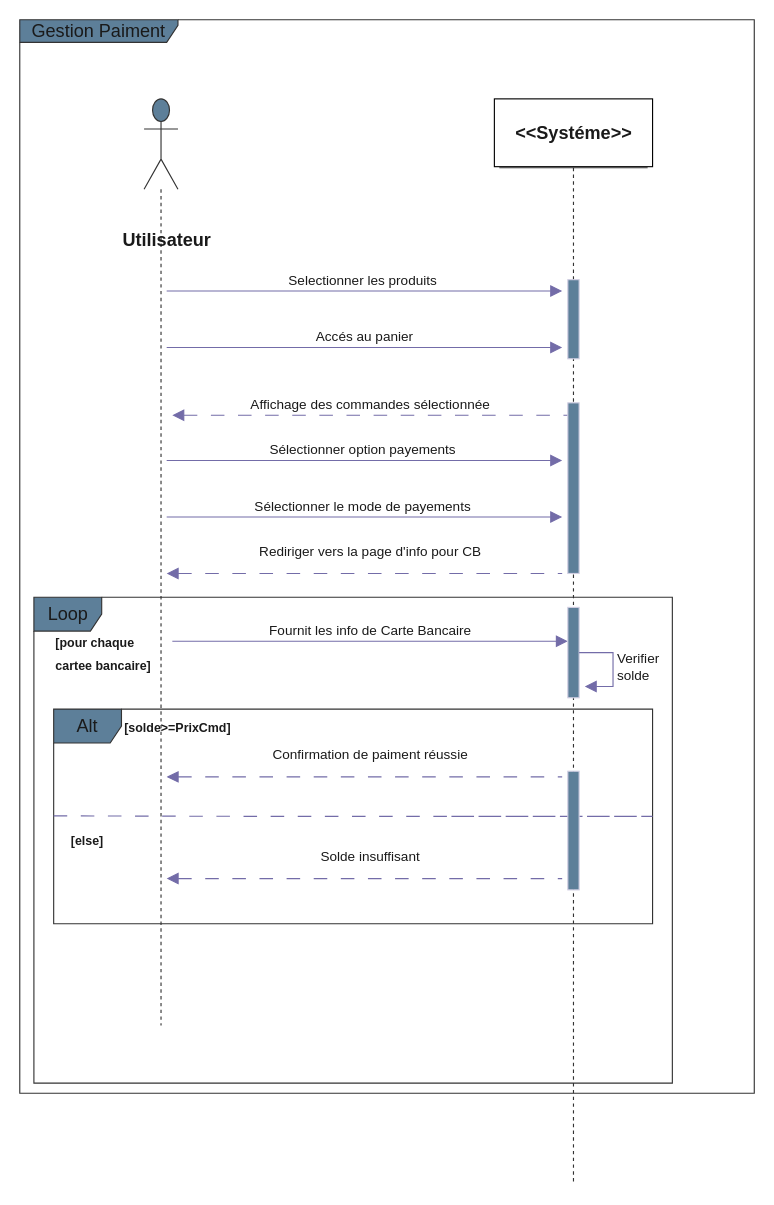
The draw.io diagram page "Page-2" (2 of 3) of Untitled Diagram.drawio in hananemazyan/DIAGRAMS, before the edit. Source tidied: cells renumbered, new cells numbered last; positions are measured from the earlier drawing's top-left corner, leaving out a move shared by most shapes. Both pictures are drawn from the tidied source at 113%, with x=0, y=0 at pixel (19, 19).
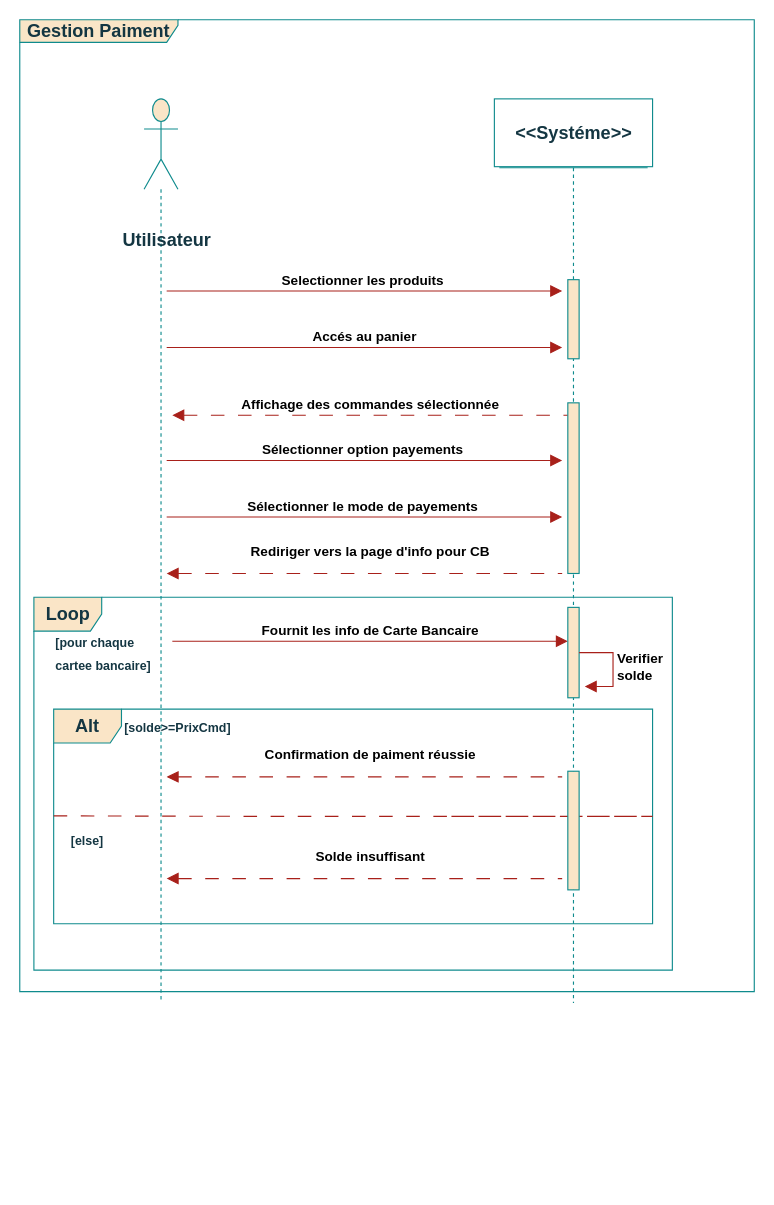
The same diagram, later.

What changed in the source:
```diff
@@
-    <mxCell id="2" style="rounded=0;whiteSpace=wrap;html=1;fontSize=16;fillColor=none;" parent="1" vertex="1">
+    <mxCell id="2" style="rounded=0;whiteSpace=wrap;html=1;fontSize=16;fillColor=none;labelBackgroundColor=none;strokeColor=#0F8B8D;fontColor=#143642;" parent="1" vertex="1">
       <mxGeometry x="420" y="70" width="140" height="60" as="geometry" />
     </mxCell>
-    <mxCell id="3" style="shape=umlLifeline;perimeter=lifelinePerimeter;whiteSpace=wrap;html=1;newEdgeStyle={&quot;curved&quot;:0,&quot;rounded&quot;:0};participant=umlActor;strokeColor=#333333;fontSize=16;fontColor=#1A1A1A;fillColor=#5D7F99;size=80;" parent="1" vertex="1">
-      <mxGeometry x="110" y="70" width="30" height="820" as="geometry" />
+    <mxCell id="3" style="shape=umlLifeline;perimeter=lifelinePerimeter;whiteSpace=wrap;html=1;newEdgeStyle={&quot;curved&quot;:0,&quot;rounded&quot;:0};participant=umlActor;strokeColor=#0F8B8D;fontSize=16;fontColor=#143642;fillColor=#FAE5C7;size=80;labelBackgroundColor=none;" parent="1" vertex="1">
+      <mxGeometry x="110" y="70" width="30" height="800" as="geometry" />
     </mxCell>
-    <mxCell id="4" value="Utilisateur" style="text;align=center;fontStyle=1;verticalAlign=middle;spacingLeft=3;spacingRight=3;strokeColor=none;html=1;fontSize=16;fontColor=#1A1A1A;" parent="1" vertex="1">
+    <mxCell id="4" value="Utilisateur" style="text;align=center;fontStyle=1;verticalAlign=middle;spacingLeft=3;spacingRight=3;strokeColor=none;html=1;fontSize=16;fontColor=#143642;labelBackgroundColor=none;" parent="1" vertex="1">
       <mxGeometry x="80" y="180" width="100" height="30" as="geometry" />
     </mxCell>
-    <mxCell id="5" value="&amp;lt;&amp;lt;Systéme&amp;gt;&amp;gt;" style="text;align=center;fontStyle=1;verticalAlign=middle;spacingLeft=3;spacingRight=3;strokeColor=none;html=1;fontSize=16;fontColor=#1A1A1A;" parent="1" vertex="1">
+    <mxCell id="5" value="&amp;lt;&amp;lt;Systéme&amp;gt;&amp;gt;" style="text;align=center;fontStyle=1;verticalAlign=middle;spacingLeft=3;spacingRight=3;strokeColor=none;html=1;fontSize=16;fontColor=#143642;labelBackgroundColor=none;" parent="1" vertex="1">
       <mxGeometry x="450" y="87" width="80" height="26" as="geometry" />
     </mxCell>
-    <mxCell id="6" style="shape=umlLifeline;perimeter=lifelinePerimeter;whiteSpace=wrap;html=1;newEdgeStyle={&quot;curved&quot;:0,&quot;rounded&quot;:0};participant=umlEntity;strokeColor=#333333;fontSize=16;fontColor=#1A1A1A;fillColor=#5D7F99;size=0;" parent="1" vertex="1">
-      <mxGeometry x="402.5" y="131" width="175" height="900" as="geometry" />
+    <mxCell id="6" style="shape=umlLifeline;perimeter=lifelinePerimeter;whiteSpace=wrap;html=1;newEdgeStyle={&quot;curved&quot;:0,&quot;rounded&quot;:0};participant=umlEntity;strokeColor=#0F8B8D;fontSize=16;fontColor=#143642;fillColor=#FAE5C7;size=0;labelBackgroundColor=none;" parent="1" vertex="1">
+      <mxGeometry x="402.5" y="131" width="175" height="739" as="geometry" />
     </mxCell>
-    <mxCell id="7" value="Loop" style="shape=umlFrame;whiteSpace=wrap;html=1;strokeColor=#333333;fontSize=16;fontColor=#1A1A1A;fillColor=#5D7F99;" parent="6" vertex="1">
-      <mxGeometry x="-390" y="380" width="565" height="430" as="geometry" />
+    <mxCell id="7" value="&lt;b&gt;Loop&lt;/b&gt;" style="shape=umlFrame;whiteSpace=wrap;html=1;strokeColor=#0F8B8D;fontSize=16;fontColor=#143642;fillColor=#FAE5C7;labelBackgroundColor=none;" parent="6" vertex="1">
+      <mxGeometry x="-390" y="380" width="565" height="330" as="geometry" />
     </mxCell>
-    <mxCell id="8" value="Gestion Paiment" style="shape=umlFrame;whiteSpace=wrap;html=1;strokeColor=#333333;fontSize=16;fontColor=#1A1A1A;fillColor=#5D7F99;width=140;height=20;" parent="1" vertex="1">
-      <mxGeometry width="650" height="950" as="geometry" />
+    <mxCell id="8" value="Gestion Paiment" style="shape=umlFrame;whiteSpace=wrap;html=1;strokeColor=#0F8B8D;fontSize=16;fontColor=#143642;fillColor=#FAE5C7;width=140;height=20;fontStyle=1;labelBackgroundColor=none;" parent="1" vertex="1">
+      <mxGeometry width="650" height="860" as="geometry" />
     </mxCell>
-    <mxCell id="9" value="Selectionner les produits&amp;nbsp;" style="html=1;verticalAlign=bottom;endArrow=block;curved=0;rounded=0;strokeColor=#736CA8;fontSize=12;fontColor=#1A1A1A;startSize=8;endSize=8;edgeStyle=none;" parent="1" edge="1">
+    <mxCell id="9" value="&lt;b&gt;Selectionner les produits&amp;nbsp;&lt;/b&gt;" style="html=1;verticalAlign=bottom;endArrow=block;curved=0;rounded=0;strokeColor=#A8201A;fontSize=12;fontColor=default;startSize=8;endSize=8;edgeStyle=none;labelBackgroundColor=none;" parent="1" edge="1">
       <mxGeometry relative="1" as="geometry">
         <mxPoint x="130" y="240" as="sourcePoint" />
         <mxPoint x="480" y="240" as="targetPoint" />
       </mxGeometry>
     </mxCell>
-    <mxCell id="10" value="Accés au panier" style="html=1;verticalAlign=bottom;endArrow=block;curved=0;rounded=0;strokeColor=#736CA8;fontSize=12;fontColor=#1A1A1A;startSize=8;endSize=8;edgeStyle=none;" parent="1" edge="1">
+    <mxCell id="10" value="&lt;b&gt;Accés au panier&lt;/b&gt;" style="html=1;verticalAlign=bottom;endArrow=block;curved=0;rounded=0;strokeColor=#A8201A;fontSize=12;fontColor=default;startSize=8;endSize=8;edgeStyle=none;labelBackgroundColor=none;" parent="1" edge="1">
       <mxGeometry relative="1" as="geometry">
         <mxPoint x="130" y="290" as="sourcePoint" />
         <mxPoint x="480" y="290" as="targetPoint" />
       </mxGeometry>
     </mxCell>
-    <mxCell id="11" style="html=1;perimeter=orthogonalPerimeter;targetShapes=umlLifeline;newEdgeStyle={&quot;curved&quot;:0,&quot;rounded&quot;:0};strokeColor=#D0CEE2;fontSize=16;fontColor=#1A1A1A;fillColor=#5D7F99;" parent="1" vertex="1">
+    <mxCell id="11" style="html=1;perimeter=orthogonalPerimeter;targetShapes=umlLifeline;newEdgeStyle={&quot;curved&quot;:0,&quot;rounded&quot;:0};strokeColor=#0F8B8D;fontSize=16;fontColor=#143642;fillColor=#FAE5C7;labelBackgroundColor=none;" parent="1" vertex="1">
       <mxGeometry x="485" y="230" width="10" height="70" as="geometry" />
     </mxCell>
-    <mxCell id="12" value="Affichage des commandes sélectionnée" style="html=1;verticalAlign=bottom;endArrow=none;curved=0;rounded=0;strokeColor=#736CA8;fontSize=12;fontColor=#1A1A1A;startSize=8;endSize=8;edgeStyle=none;dashed=1;dashPattern=12 12;endFill=0;startArrow=block;startFill=1;" parent="1" edge="1">
+    <mxCell id="12" value="&lt;b&gt;Affichage des commandes sélectionnée&lt;/b&gt;" style="html=1;verticalAlign=bottom;endArrow=none;curved=0;rounded=0;strokeColor=#A8201A;fontSize=12;fontColor=default;startSize=8;endSize=8;edgeStyle=none;dashed=1;dashPattern=12 12;endFill=0;startArrow=block;startFill=1;labelBackgroundColor=none;" parent="1" edge="1">
       <mxGeometry relative="1" as="geometry">
         <mxPoint x="135" y="350" as="sourcePoint" />
         <mxPoint x="485" y="350" as="targetPoint" />
       </mxGeometry>
     </mxCell>
-    <mxCell id="13" value="Sélectionner option payements&amp;nbsp;" style="html=1;verticalAlign=bottom;endArrow=block;curved=0;rounded=0;strokeColor=#736CA8;fontSize=12;fontColor=#1A1A1A;startSize=8;endSize=8;edgeStyle=none;" parent="1" edge="1">
+    <mxCell id="13" value="&lt;b&gt;Sélectionner option payements&amp;nbsp;&lt;/b&gt;" style="html=1;verticalAlign=bottom;endArrow=block;curved=0;rounded=0;strokeColor=#A8201A;fontSize=12;fontColor=default;startSize=8;endSize=8;edgeStyle=none;labelBackgroundColor=none;" parent="1" edge="1">
       <mxGeometry relative="1" as="geometry">
         <mxPoint x="130" y="390" as="sourcePoint" />
         <mxPoint x="480" y="390" as="targetPoint" />
       </mxGeometry>
     </mxCell>
-    <mxCell id="14" value="Sélectionner le mode de payements&amp;nbsp;" style="html=1;verticalAlign=bottom;endArrow=block;curved=0;rounded=0;strokeColor=#736CA8;fontSize=12;fontColor=#1A1A1A;startSize=8;endSize=8;edgeStyle=none;" parent="1" edge="1">
+    <mxCell id="14" value="&lt;b&gt;Sélectionner le mode de payements&amp;nbsp;&lt;/b&gt;" style="html=1;verticalAlign=bottom;endArrow=block;curved=0;rounded=0;strokeColor=#A8201A;fontSize=12;fontColor=default;startSize=8;endSize=8;edgeStyle=none;labelBackgroundColor=none;" parent="1" edge="1">
       <mxGeometry relative="1" as="geometry">
         <mxPoint x="130" y="440" as="sourcePoint" />
         <mxPoint x="480" y="440" as="targetPoint" />
       </mxGeometry>
     </mxCell>
-    <mxCell id="15" style="html=1;perimeter=orthogonalPerimeter;targetShapes=umlLifeline;newEdgeStyle={&quot;curved&quot;:0,&quot;rounded&quot;:0};strokeColor=#D0CEE2;fontSize=16;fontColor=#1A1A1A;fillColor=#5D7F99;" parent="1" vertex="1">
+    <mxCell id="15" style="html=1;perimeter=orthogonalPerimeter;targetShapes=umlLifeline;newEdgeStyle={&quot;curved&quot;:0,&quot;rounded&quot;:0};strokeColor=#0F8B8D;fontSize=16;fontColor=#143642;fillColor=#FAE5C7;labelBackgroundColor=none;" parent="1" vertex="1">
       <mxGeometry x="485" y="339" width="10" height="151" as="geometry" />
     </mxCell>
-    <mxCell id="16" value="Rediriger vers la page d'info pour CB" style="html=1;verticalAlign=bottom;endArrow=none;curved=0;rounded=0;strokeColor=#736CA8;fontSize=12;fontColor=#1A1A1A;startSize=8;endSize=8;edgeStyle=none;dashed=1;dashPattern=12 12;endFill=0;startArrow=block;startFill=1;" parent="1" edge="1">
+    <mxCell id="16" value="&lt;b&gt;Rediriger vers la page d'info pour CB&lt;/b&gt;" style="html=1;verticalAlign=bottom;endArrow=none;curved=0;rounded=0;strokeColor=#A8201A;fontSize=12;fontColor=default;startSize=8;endSize=8;edgeStyle=none;dashed=1;dashPattern=12 12;endFill=0;startArrow=block;startFill=1;labelBackgroundColor=none;" parent="1" edge="1">
       <mxGeometry x="0.03" y="10" relative="1" as="geometry">
         <mxPoint x="130" y="490" as="sourcePoint" />
         <mxPoint x="480" y="490" as="targetPoint" />
       </mxGeometry>
     </mxCell>
-    <mxCell id="17" value="Fournit les info de Carte Bancaire" style="html=1;verticalAlign=bottom;endArrow=block;curved=0;rounded=0;strokeColor=#736CA8;fontSize=12;fontColor=#1A1A1A;startSize=8;endSize=8;edgeStyle=none;" parent="1" edge="1">
+    <mxCell id="17" value="&lt;b&gt;Fournit les info de Carte Bancaire&lt;/b&gt;" style="html=1;verticalAlign=bottom;endArrow=block;curved=0;rounded=0;strokeColor=#A8201A;fontSize=12;fontColor=default;startSize=8;endSize=8;edgeStyle=none;labelBackgroundColor=none;" parent="1" edge="1">
       <mxGeometry relative="1" as="geometry">
         <mxPoint x="135" y="550" as="sourcePoint" />
         <mxPoint x="485" y="550" as="targetPoint" />
       </mxGeometry>
     </mxCell>
-    <mxCell id="18" style="html=1;perimeter=orthogonalPerimeter;targetShapes=umlLifeline;newEdgeStyle={&quot;curved&quot;:0,&quot;rounded&quot;:0};strokeColor=#D0CEE2;fontSize=16;fontColor=#1A1A1A;fillColor=#5D7F99;" parent="1" vertex="1">
+    <mxCell id="18" style="html=1;perimeter=orthogonalPerimeter;targetShapes=umlLifeline;newEdgeStyle={&quot;curved&quot;:0,&quot;rounded&quot;:0};strokeColor=#0F8B8D;fontSize=16;fontColor=#143642;fillColor=#FAE5C7;labelBackgroundColor=none;" parent="1" vertex="1">
       <mxGeometry x="485" y="520" width="10" height="80" as="geometry" />
     </mxCell>
-    <mxCell id="19" value="Verifier &lt;br&gt;solde" style="html=1;align=left;spacingLeft=2;endArrow=block;rounded=0;edgeStyle=orthogonalEdgeStyle;curved=0;rounded=0;strokeColor=#736CA8;fontSize=12;fontColor=#1A1A1A;startSize=8;endSize=8;" parent="1" edge="1">
+    <mxCell id="19" value="&lt;b&gt;Verifier &lt;br&gt;solde&lt;/b&gt;" style="html=1;align=left;spacingLeft=2;endArrow=block;rounded=0;edgeStyle=orthogonalEdgeStyle;curved=0;rounded=0;strokeColor=#A8201A;fontSize=12;fontColor=default;startSize=8;endSize=8;labelBackgroundColor=none;" parent="1" edge="1">
       <mxGeometry x="0.01" relative="1" as="geometry">
         <mxPoint x="495" y="560" as="sourcePoint" />
         <mxPoint x="500" y="590" as="targetPoint" />
         <Array as="points">
           <mxPoint x="525" y="560" />
           <mxPoint x="525" y="590" />
         </Array>
       </mxGeometry>
     </mxCell>
-    <mxCell id="20" value="&lt;font style=&quot;font-size: 11px;&quot;&gt;[pour chaque cartee bancaire]&lt;/font&gt;" style="text;strokeColor=none;fillColor=none;html=1;align=left;verticalAlign=middle;whiteSpace=wrap;rounded=0;fontSize=16;fontColor=#1A1A1A;fontStyle=1;" parent="1" vertex="1">
+    <mxCell id="20" value="&lt;font style=&quot;font-size: 11px;&quot;&gt;[pour chaque cartee bancaire]&lt;/font&gt;" style="text;strokeColor=none;fillColor=none;html=1;align=left;verticalAlign=middle;whiteSpace=wrap;rounded=0;fontSize=16;fontColor=#143642;fontStyle=1;labelBackgroundColor=none;" parent="1" vertex="1">
       <mxGeometry x="30" y="545" width="90" height="30" as="geometry" />
     </mxCell>
-    <mxCell id="21" value="Alt" style="shape=umlFrame;whiteSpace=wrap;html=1;strokeColor=#333333;fontSize=16;fontColor=#1A1A1A;fillColor=#5D7F99;" parent="1" vertex="1">
+    <mxCell id="21" value="&lt;b&gt;Alt&lt;/b&gt;" style="shape=umlFrame;whiteSpace=wrap;html=1;strokeColor=#0F8B8D;fontSize=16;fontColor=#143642;fillColor=#FAE5C7;labelBackgroundColor=none;" parent="1" vertex="1">
       <mxGeometry x="30" y="610" width="530" height="190" as="geometry" />
     </mxCell>
-    <mxCell id="22" value="&lt;font style=&quot;font-size: 11px;&quot;&gt;[solde&amp;gt;=PrixCmd]&lt;/font&gt;" style="text;strokeColor=none;fillColor=none;html=1;align=center;verticalAlign=middle;whiteSpace=wrap;rounded=0;fontSize=16;fontColor=#1A1A1A;fontStyle=1;" parent="1" vertex="1">
+    <mxCell id="22" value="&lt;font style=&quot;font-size: 11px;&quot;&gt;[solde&amp;gt;=PrixCmd]&lt;/font&gt;" style="text;strokeColor=none;fillColor=none;html=1;align=center;verticalAlign=middle;whiteSpace=wrap;rounded=0;fontSize=16;fontColor=#143642;fontStyle=1;labelBackgroundColor=none;" parent="1" vertex="1">
       <mxGeometry x="100" y="610" width="80" height="30" as="geometry" />
     </mxCell>
-    <mxCell id="23" value="Confirmation de paiment réussie" style="html=1;verticalAlign=bottom;endArrow=none;curved=0;rounded=0;strokeColor=#736CA8;fontSize=12;fontColor=#1A1A1A;startSize=8;endSize=8;edgeStyle=none;dashed=1;dashPattern=12 12;endFill=0;startArrow=block;startFill=1;" parent="1" edge="1">
+    <mxCell id="23" value="&lt;b&gt;Confirmation de paiment réussie&lt;/b&gt;" style="html=1;verticalAlign=bottom;endArrow=none;curved=0;rounded=0;strokeColor=#A8201A;fontSize=12;fontColor=default;startSize=8;endSize=8;edgeStyle=none;dashed=1;dashPattern=12 12;endFill=0;startArrow=block;startFill=1;labelBackgroundColor=none;" parent="1" edge="1">
       <mxGeometry x="0.03" y="10" relative="1" as="geometry">
         <mxPoint x="130" y="670" as="sourcePoint" />
         <mxPoint x="480" y="670" as="targetPoint" />
       </mxGeometry>
     </mxCell>
-    <mxCell id="24" value="Solde insuffisant" style="html=1;verticalAlign=bottom;endArrow=none;curved=0;rounded=0;strokeColor=#736CA8;fontSize=12;fontColor=#1A1A1A;startSize=8;endSize=8;edgeStyle=none;dashed=1;dashPattern=12 12;endFill=0;startArrow=block;startFill=1;" parent="1" edge="1">
+    <mxCell id="24" value="&lt;b&gt;Solde insuffisant&lt;/b&gt;" style="html=1;verticalAlign=bottom;endArrow=none;curved=0;rounded=0;strokeColor=#A8201A;fontSize=12;fontColor=default;startSize=8;endSize=8;edgeStyle=none;dashed=1;dashPattern=12 12;endFill=0;startArrow=block;startFill=1;labelBackgroundColor=none;" parent="1" edge="1">
       <mxGeometry x="0.03" y="10" relative="1" as="geometry">
         <mxPoint x="130" y="760" as="sourcePoint" />
         <mxPoint x="480" y="760" as="targetPoint" />
       </mxGeometry>
     </mxCell>
-    <mxCell id="25" style="html=1;verticalAlign=bottom;endArrow=none;curved=0;rounded=0;strokeColor=#736CA8;fontSize=12;fontColor=#1A1A1A;startSize=8;endSize=8;edgeStyle=none;dashed=1;dashPattern=12 12;endFill=0;startArrow=none;startFill=0;" parent="1" edge="1">
+    <mxCell id="25" style="html=1;verticalAlign=bottom;endArrow=none;curved=0;rounded=0;strokeColor=#A8201A;fontSize=12;fontColor=default;startSize=8;endSize=8;edgeStyle=none;dashed=1;dashPattern=12 12;endFill=0;startArrow=none;startFill=0;labelBackgroundColor=none;" parent="1" edge="1">
       <mxGeometry x="0.03" y="10" relative="1" as="geometry">
         <mxPoint x="30" y="704.5" as="sourcePoint" />
         <mxPoint x="380" y="705" as="targetPoint" />
         <Array as="points">
           <mxPoint x="230" y="705" />
           <mxPoint x="560" y="705" />
         </Array>
       </mxGeometry>
     </mxCell>
-    <mxCell id="26" value="&lt;font style=&quot;font-size: 11px;&quot;&gt;[else]&lt;/font&gt;" style="text;strokeColor=none;fillColor=none;html=1;align=center;verticalAlign=middle;whiteSpace=wrap;rounded=0;fontSize=16;fontColor=#1A1A1A;fontStyle=1;" parent="1" vertex="1">
+    <mxCell id="26" value="&lt;font style=&quot;font-size: 11px;&quot;&gt;[else]&lt;/font&gt;" style="text;strokeColor=none;fillColor=none;html=1;align=center;verticalAlign=middle;whiteSpace=wrap;rounded=0;fontSize=16;fontColor=#143642;fontStyle=1;labelBackgroundColor=none;" parent="1" vertex="1">
       <mxGeometry x="20" y="710" width="80" height="30" as="geometry" />
     </mxCell>
-    <mxCell id="27" style="html=1;perimeter=orthogonalPerimeter;targetShapes=umlLifeline;newEdgeStyle={&quot;curved&quot;:0,&quot;rounded&quot;:0};strokeColor=#D0CEE2;fontSize=16;fontColor=#1A1A1A;fillColor=#5D7F99;" parent="1" vertex="1">
+    <mxCell id="27" style="html=1;perimeter=orthogonalPerimeter;targetShapes=umlLifeline;newEdgeStyle={&quot;curved&quot;:0,&quot;rounded&quot;:0};strokeColor=#0F8B8D;fontSize=16;fontColor=#143642;fillColor=#FAE5C7;labelBackgroundColor=none;" parent="1" vertex="1">
       <mxGeometry x="485" y="665" width="10" height="105" as="geometry" />
     </mxCell>
```
